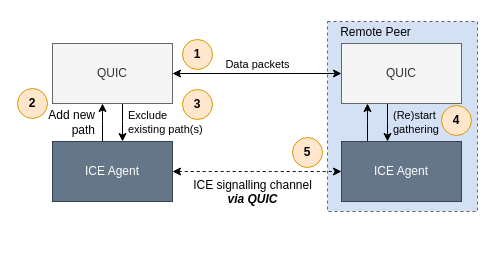
The draw.io diagram resources/architecture_overview.drawio in JustusvonderBeek/master-thesis-scripts-and-measures, before the edit. Source tidied: cells renumbered, new cells numbered last; positions are measured from the earlier drawing's top-left corner, leaving out a move shared by most shapes. Both pictures are drawn from the tidied source at 100%, with x=0, y=0 at pixel (17, 17).
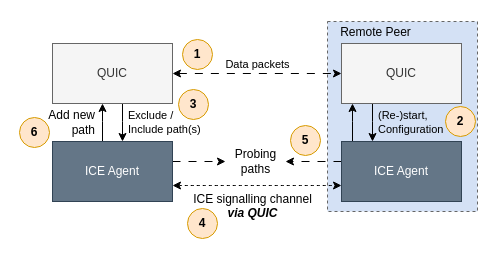
The same diagram, later.

Commit message:
adapt architecture overview

Unchanged cells that the change refers to:
```xml
<mxCell id="5" value="QUIC" style="rounded=0;whiteSpace=wrap;html=1;fillColor=#f5f5f5;fontColor=#333333;strokeColor=#666666;" parent="1" vertex="1">
  <mxGeometry x="35" y="26" width="120" height="60" as="geometry" />
</mxCell>
<mxCell id="7" value="ICE Agent" style="rounded=0;whiteSpace=wrap;html=1;fillColor=#647687;strokeColor=#314354;fontColor=#ffffff;" parent="1" vertex="1">
  <mxGeometry x="35" y="124" width="120" height="60" as="geometry" />
</mxCell>
<mxCell id="12" value="QUIC" style="rounded=0;whiteSpace=wrap;html=1;fillColor=#f5f5f5;fontColor=#333333;strokeColor=#666666;" parent="1" vertex="1">
  <mxGeometry x="324" y="26" width="120" height="60" as="geometry" />
</mxCell>
<mxCell id="14" value="ICE Agent" style="rounded=0;whiteSpace=wrap;html=1;fillColor=#647687;strokeColor=#314354;fontColor=#ffffff;" parent="1" vertex="1">
  <mxGeometry x="324" y="124" width="120" height="60" as="geometry" />
</mxCell>
```

Diff of the diagram source:
```diff
@@
-    <mxCell id="3" value="Data packets" style="edgeStyle=orthogonalEdgeStyle;rounded=0;jettySize=auto;html=1;startArrow=classic;startFill=1;verticalAlign=bottom;" parent="1" edge="1" source="5" target="12">
+    <mxCell id="3" value="Data packets" style="edgeStyle=orthogonalEdgeStyle;rounded=0;jettySize=auto;html=1;startArrow=classic;startFill=1;verticalAlign=bottom;dashed=1;dashPattern=8 8;" parent="1" edge="1" source="5" target="12">
       <mxGeometry relative="1" as="geometry" />
     </mxCell>
-    <mxCell id="4" value="&lt;div&gt;Exclude&lt;/div&gt;&lt;div&gt;existing path(s)&lt;/div&gt;" style="edgeStyle=orthogonalEdgeStyle;rounded=0;jettySize=auto;html=1;labelPosition=right;verticalLabelPosition=middle;align=left;verticalAlign=middle;spacingLeft=4;" parent="1" edge="1" source="5" target="7">
+    <mxCell id="4" value="&lt;div&gt;Exclude /&amp;nbsp;&lt;/div&gt;&lt;div&gt;Include path(s)&lt;/div&gt;" style="edgeStyle=orthogonalEdgeStyle;rounded=0;jettySize=auto;html=1;labelPosition=right;verticalLabelPosition=middle;align=left;verticalAlign=middle;spacingLeft=4;" parent="1" edge="1" source="5" target="7">
       <mxGeometry relative="1" as="geometry">
         <Array as="points">
           <mxPoint x="105" y="104" />
           <mxPoint x="105" y="104" />
         </Array>
       </mxGeometry>
     </mxCell>
@@
+    <mxCell id="19" style="edgeStyle=orthogonalEdgeStyle;rounded=0;jettySize=auto;html=1;dashed=1;dashPattern=8 8;" parent="1" edge="1" source="7" target="21">
+      <mxGeometry relative="1" as="geometry">
+        <Array as="points">
+          <mxPoint x="165" y="144" />
+          <mxPoint x="165" y="144" />
+        </Array>
+      </mxGeometry>
+    </mxCell>
@@
-    <mxCell id="9" value="2" style="ellipse;whiteSpace=wrap;html=1;fontSize=12;fontStyle=1;fillColor=#ffe6cc;strokeColor=#d79b00;" parent="1" vertex="1">
-      <mxGeometry y="71" width="30" height="30" as="geometry" />
+    <mxCell id="9" value="6" style="ellipse;whiteSpace=wrap;html=1;fontSize=12;fontStyle=1;fillColor=#ffe6cc;strokeColor=#d79b00;" parent="1" vertex="1">
+      <mxGeometry x="2" y="100" width="30" height="30" as="geometry" />
     </mxCell>
     <mxCell id="10" value="3" style="ellipse;whiteSpace=wrap;html=1;fontSize=12;fontStyle=1;fillColor=#ffe6cc;strokeColor=#d79b00;" parent="1" vertex="1">
-      <mxGeometry x="165" y="72" width="30" height="30" as="geometry" />
+      <mxGeometry x="161" y="72" width="30" height="30" as="geometry" />
     </mxCell>
-    <mxCell id="11" value="&lt;div&gt;(Re)start&lt;/div&gt;&lt;div&gt;gathering&lt;br&gt;&lt;/div&gt;" style="edgeStyle=orthogonalEdgeStyle;rounded=0;jettySize=auto;html=1;labelPosition=right;verticalLabelPosition=middle;align=left;verticalAlign=middle;spacingLeft=4;labelBackgroundColor=none;" parent="1" edge="1" source="12" target="14">
+    <mxCell id="11" value="&lt;div&gt;(Re-)start,&lt;/div&gt;&lt;div&gt;Configuration&lt;/div&gt;" style="edgeStyle=orthogonalEdgeStyle;rounded=0;jettySize=auto;html=1;labelPosition=right;verticalLabelPosition=middle;align=left;verticalAlign=middle;spacingLeft=4;labelBackgroundColor=none;" parent="1" edge="1" source="12" target="14">
       <mxGeometry relative="1" as="geometry">
         <Array as="points">
-          <mxPoint x="370" y="104" />
-          <mxPoint x="370" y="104" />
+          <mxPoint x="355" y="104" />
+          <mxPoint x="355" y="104" />
         </Array>
       </mxGeometry>
     </mxCell>
@@
     <mxCell id="13" style="edgeStyle=orthogonalEdgeStyle;rounded=0;jettySize=auto;html=1;startArrow=none;startFill=0;strokeWidth=1;fontSize=12;labelPosition=left;verticalLabelPosition=middle;align=right;verticalAlign=middle;horizontal=1;textDirection=ltr;spacingRight=6;" parent="1" edge="1" source="14" target="12">
       <mxGeometry relative="1" as="geometry">
         <Array as="points">
-          <mxPoint x="350" y="104" />
-          <mxPoint x="350" y="104" />
+          <mxPoint x="335" y="104" />
+          <mxPoint x="335" y="104" />
         </Array>
       </mxGeometry>
     </mxCell>
+    <mxCell id="20" style="edgeStyle=orthogonalEdgeStyle;rounded=0;jettySize=auto;html=1;dashed=1;dashPattern=8 8;" parent="1" edge="1" source="14" target="21">
+      <mxGeometry relative="1" as="geometry">
+        <Array as="points">
+          <mxPoint x="315" y="144" />
+          <mxPoint x="315" y="144" />
+        </Array>
+      </mxGeometry>
+    </mxCell>
@@
-    <mxCell id="15" value="&lt;div style=&quot;font-size: 12px;&quot;&gt;ICE signalling channel&lt;/div&gt;&lt;div style=&quot;font-size: 12px;&quot;&gt;&lt;i&gt;&lt;b&gt;via QUIC&lt;/b&gt;&lt;/i&gt;&lt;br style=&quot;font-size: 12px;&quot;&gt;&lt;/div&gt;" style="curved=1;endArrow=classic;html=1;rounded=0;startArrow=classic;startFill=1;dashed=1;fontStyle=0;fontSize=12;verticalAlign=top;labelPosition=center;verticalLabelPosition=middle;align=center;" parent="1" edge="1" source="7" target="14">
-      <mxGeometry x="-0.05" relative="1" as="geometry" />
+    <mxCell id="15" value="&lt;div style=&quot;font-size: 12px;&quot;&gt;ICE signalling channel&lt;/div&gt;&lt;div style=&quot;font-size: 12px;&quot;&gt;&lt;i&gt;&lt;b&gt;via QUIC&lt;/b&gt;&lt;/i&gt;&lt;br style=&quot;font-size: 12px;&quot;&gt;&lt;/div&gt;" style="curved=1;endArrow=classic;html=1;rounded=0;startArrow=classic;startFill=1;dashed=1;fontStyle=0;fontSize=12;verticalAlign=top;labelPosition=center;verticalLabelPosition=middle;align=center;" parent="1" edge="1">
+      <mxGeometry x="-0.05" relative="1" as="geometry">
+        <mxPoint x="155" y="168" as="sourcePoint" />
+        <mxPoint x="324" y="168" as="targetPoint" />
+      </mxGeometry>
     </mxCell>
-    <mxCell id="16" value="5" style="ellipse;whiteSpace=wrap;html=1;fontSize=12;fontStyle=1;fillColor=#ffe6cc;strokeColor=#d79b00;" parent="1" vertex="1">
-      <mxGeometry x="275" y="120" width="30" height="30" as="geometry" />
+    <mxCell id="16" value="4" style="ellipse;whiteSpace=wrap;html=1;fontSize=12;fontStyle=1;fillColor=#ffe6cc;strokeColor=#d79b00;" parent="1" vertex="1">
+      <mxGeometry x="170" y="191" width="30" height="30" as="geometry" />
     </mxCell>
@@
-    <mxCell id="18" value="4" style="ellipse;whiteSpace=wrap;html=1;fontSize=12;fontStyle=1;fillColor=#ffe6cc;strokeColor=#d79b00;" parent="1" vertex="1">
-      <mxGeometry x="424" y="88" width="30" height="30" as="geometry" />
+    <mxCell id="18" value="2" style="ellipse;whiteSpace=wrap;html=1;fontSize=12;fontStyle=1;fillColor=#ffe6cc;strokeColor=#d79b00;" parent="1" vertex="1">
+      <mxGeometry x="428" y="89" width="30" height="30" as="geometry" />
     </mxCell>
+    <mxCell id="21" value="Probing&lt;div&gt;paths&lt;/div&gt;" style="text;html=1;align=center;verticalAlign=middle;points=[];strokeColor=none;fillColor=none;spacing=0;" parent="1" vertex="1">
+      <mxGeometry x="208" y="124" width="60" height="40" as="geometry" />
+    </mxCell>
+    <mxCell id="22" value="5" style="ellipse;whiteSpace=wrap;html=1;fontSize=12;fontStyle=1;fillColor=#ffe6cc;strokeColor=#d79b00;" parent="1" vertex="1">
+      <mxGeometry x="273" y="108" width="30" height="30" as="geometry" />
+    </mxCell>
```
